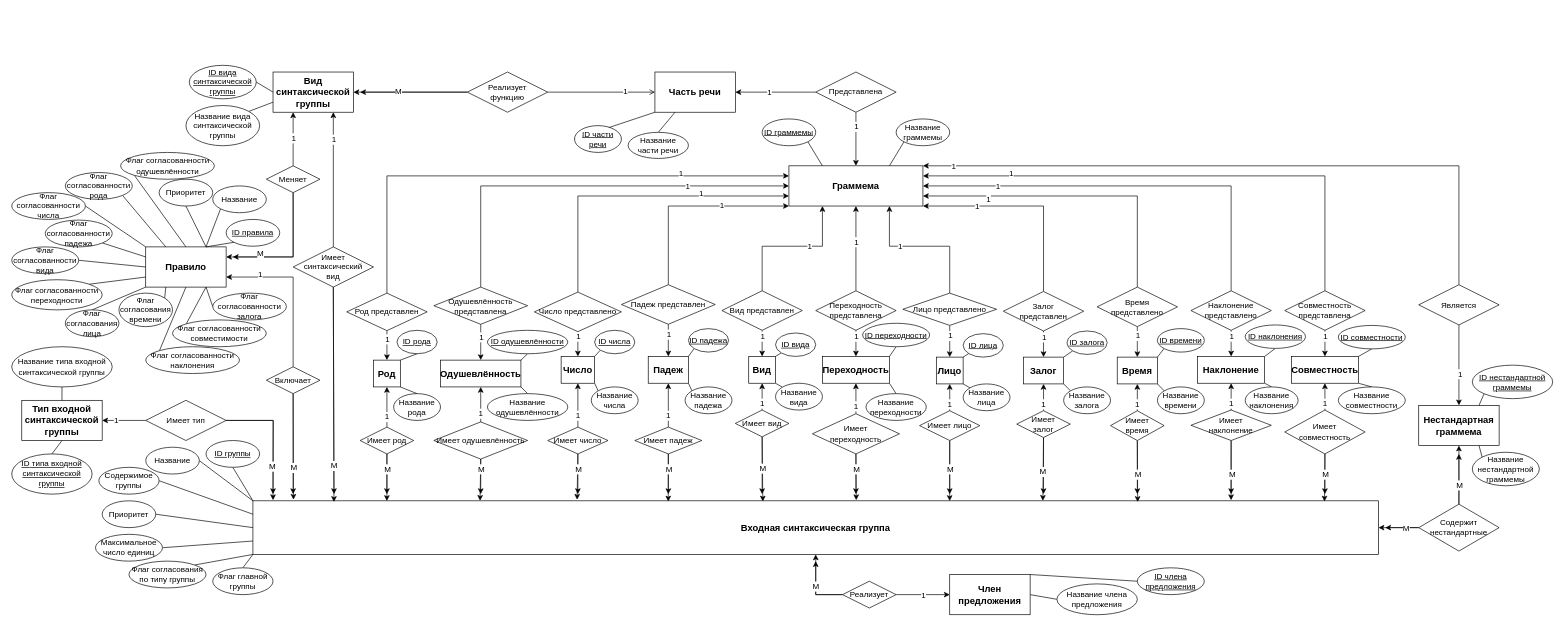
Earlier version of the draw.io diagram Infological.drawio (DMfananddu/Diploma). Source tidied: cells renumbered, new cells numbered last; positions are measured from the earlier drawing's top-left corner, leaving out a move shared by most shapes. Both pictures are drawn from the tidied source at 67%, with x=0, y=0 at pixel (11, 65).
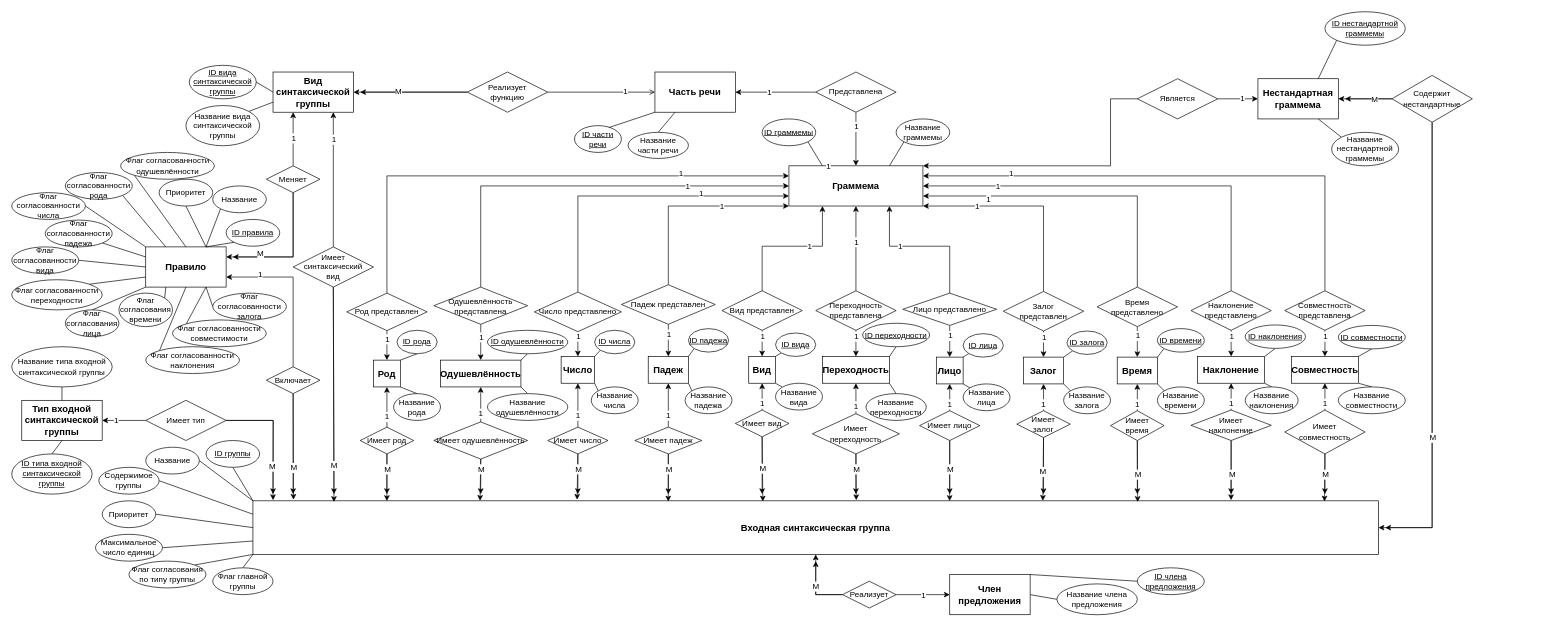
Above is the later version.

The change refers to these unchanged cells:
```xml
<mxCell id="2" value="Входная синтаксическая группа" style="rounded=0;whiteSpace=wrap;html=1;fontSize=14;fontStyle=1;" parent="1" vertex="1">
  <mxGeometry x="360" y="650" width="1680" height="80" as="geometry" />
</mxCell>
<mxCell id="103" value="Граммема" style="rounded=0;whiteSpace=wrap;html=1;fontSize=14;fontStyle=1;" parent="1" vertex="1">
  <mxGeometry x="1160" y="150" width="200" height="60" as="geometry" />
</mxCell>
```

Diff of the diagram source:
```diff
@@
-    <mxCell id="91" style="edgeStyle=none;rounded=0;jettySize=auto;html=1;exitX=0;exitY=0.5;exitDx=0;exitDy=0;entryX=1;entryY=0.5;entryDx=0;entryDy=0;endArrow=classic;endFill=1;" parent="1" edge="1" source="97" target="2">
-      <mxGeometry relative="1" as="geometry" />
+    <mxCell id="91" style="edgeStyle=orthogonalEdgeStyle;rounded=0;jettySize=auto;html=1;entryX=1;entryY=0.5;entryDx=0;entryDy=0;endArrow=classic;endFill=1;exitX=0.5;exitY=1;exitDx=0;exitDy=0;" parent="1" edge="1" source="97" target="2">
+      <mxGeometry relative="1" as="geometry">
+        <Array as="points">
+          <mxPoint x="2120" y="690" />
+        </Array>
+      </mxGeometry>
     </mxCell>
-    <mxCell id="92" style="edgeStyle=none;rounded=0;jettySize=auto;html=1;exitX=0.5;exitY=0;exitDx=0;exitDy=0;entryX=0.5;entryY=1;entryDx=0;entryDy=0;endArrow=classic;endFill=1;" parent="1" edge="1" source="97" target="98">
+    <mxCell id="92" style="edgeStyle=none;rounded=0;jettySize=auto;html=1;exitX=0;exitY=0.5;exitDx=0;exitDy=0;entryX=1;entryY=0.5;entryDx=0;entryDy=0;endArrow=classic;endFill=1;" parent="1" edge="1" source="97" target="98">
       <mxGeometry relative="1" as="geometry" />
     </mxCell>
-    <mxCell id="93" style="edgeStyle=orthogonalEdgeStyle;rounded=0;jettySize=auto;html=1;exitX=0.5;exitY=0;exitDx=0;exitDy=0;startArrow=none;startFill=0;endArrow=classic;endFill=1;" parent="1" edge="1" source="97">
+    <mxCell id="93" style="edgeStyle=orthogonalEdgeStyle;rounded=0;jettySize=auto;html=1;exitX=0;exitY=0.5;exitDx=0;exitDy=0;startArrow=none;startFill=0;endArrow=classic;endFill=1;" parent="1" edge="1" source="97">
       <mxGeometry relative="1" as="geometry">
-        <mxPoint x="2160" y="580" as="targetPoint" />
+        <mxPoint x="1990" y="50" as="targetPoint" />
       </mxGeometry>
     </mxCell>
@@
-    <mxCell id="95" style="edgeStyle=orthogonalEdgeStyle;rounded=0;jettySize=auto;html=1;exitX=0;exitY=0.5;exitDx=0;exitDy=0;startArrow=none;startFill=0;endArrow=classic;endFill=1;" parent="1" edge="1" source="97">
+    <mxCell id="95" style="edgeStyle=orthogonalEdgeStyle;rounded=0;jettySize=auto;html=1;exitX=0.5;exitY=1;exitDx=0;exitDy=0;startArrow=none;startFill=0;endArrow=classic;endFill=1;" parent="1" edge="1" source="97">
       <mxGeometry relative="1" as="geometry">
         <mxPoint x="2050" y="690" as="targetPoint" />
+        <Array as="points">
+          <mxPoint x="2120" y="690" />
+        </Array>
       </mxGeometry>
     </mxCell>
     <mxCell id="96" value="М" style="text;html=1;align=center;verticalAlign=middle;labelBackgroundColor=#ffffff;" parent="95" vertex="1">
       <mxGeometry x="0.35" y="-2" relative="1" as="geometry">
-        <mxPoint x="14" y="2" as="offset" />
+        <mxPoint x="2" y="14.5" as="offset" />
       </mxGeometry>
     </mxCell>
     <mxCell id="97" value="Содержит нестандартные&lt;br&gt;" style="rhombus;whiteSpace=wrap;html=1;" parent="1" vertex="1">
-      <mxGeometry x="2100" y="655" width="120" height="70" as="geometry" />
+      <mxGeometry x="2060" y="15" width="120" height="70" as="geometry" />
     </mxCell>
     <mxCell id="98" value="Нестандартная граммема" style="rounded=0;whiteSpace=wrap;html=1;fontSize=14;fontStyle=1;" parent="1" vertex="1">
-      <mxGeometry x="2100" y="507.5" width="120" height="60" as="geometry" />
+      <mxGeometry x="1860" y="20" width="120" height="60" as="geometry" />
     </mxCell>
@@
     <mxCell id="100" value="&lt;u&gt;ID нестандартной граммемы&lt;/u&gt;" style="ellipse;whiteSpace=wrap;html=1;" parent="1" vertex="1">
-      <mxGeometry x="2180" y="447.5" width="120" height="50" as="geometry" />
+      <mxGeometry x="1960" y="-80" width="120" height="50" as="geometry" />
     </mxCell>
@@
     <mxCell id="102" value="Название нестандартной граммемы" style="ellipse;whiteSpace=wrap;html=1;" parent="1" vertex="1">
-      <mxGeometry x="2180" y="577.5" width="100" height="50" as="geometry" />
+      <mxGeometry x="1970" y="100" width="100" height="50" as="geometry" />
     </mxCell>
@@
-    <mxCell id="104" style="edgeStyle=none;rounded=0;jettySize=auto;html=1;exitX=0.5;exitY=1;exitDx=0;exitDy=0;entryX=0.5;entryY=0;entryDx=0;entryDy=0;endArrow=classic;endFill=1;" parent="1" edge="1" source="108" target="98">
+    <mxCell id="104" style="edgeStyle=none;rounded=0;jettySize=auto;html=1;exitX=1;exitY=0.5;exitDx=0;exitDy=0;entryX=0;entryY=0.5;entryDx=0;entryDy=0;endArrow=classic;endFill=1;" parent="1" edge="1" source="108" target="98">
       <mxGeometry relative="1" as="geometry" />
     </mxCell>
@@
-    <mxCell id="106" style="edgeStyle=none;rounded=0;jettySize=auto;html=1;exitX=0.5;exitY=0;exitDx=0;exitDy=0;entryX=1;entryY=0;entryDx=0;entryDy=0;endArrow=classic;endFill=1;" parent="1" edge="1" source="108" target="103">
+    <mxCell id="106" style="edgeStyle=orthogonalEdgeStyle;rounded=0;jettySize=auto;html=1;exitX=0;exitY=0.5;exitDx=0;exitDy=0;entryX=1;entryY=0;entryDx=0;entryDy=0;endArrow=classic;endFill=1;" parent="1" edge="1" source="108" target="103">
       <mxGeometry relative="1" as="geometry">
         <Array as="points">
-          <mxPoint x="2160" y="150" />
+          <mxPoint x="1640" y="50" />
+          <mxPoint x="1640" y="150" />
         </Array>
       </mxGeometry>
     </mxCell>
@@
     <mxCell id="108" value="Является" style="rhombus;whiteSpace=wrap;html=1;" parent="1" vertex="1">
-      <mxGeometry x="2100" y="327.5" width="120" height="60" as="geometry" />
+      <mxGeometry x="1680" y="20" width="120" height="60" as="geometry" />
     </mxCell>
```
